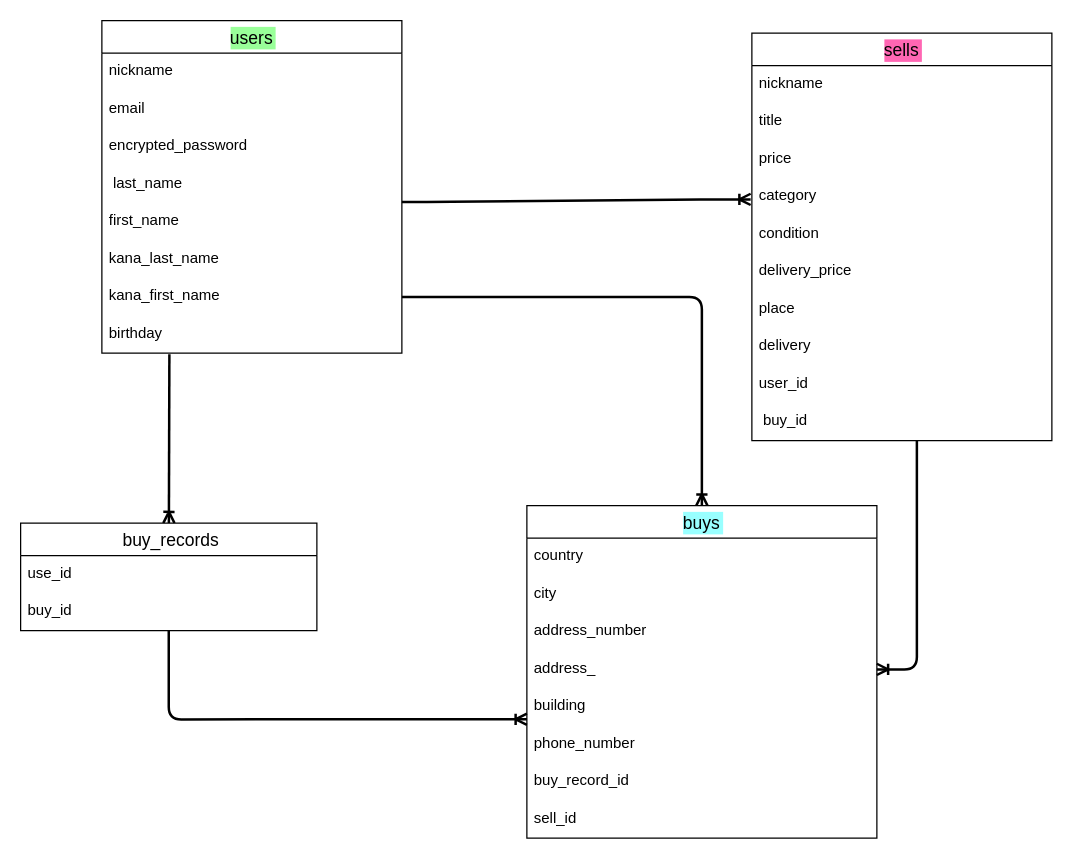
Earlier version of the draw.io diagram furima.dio (utidayudai/furima-38448). Source tidied: cells renumbered, new cells numbered last; positions are measured from the earlier drawing's top-left corner, leaving out a move shared by most shapes. Both pictures are drawn from the tidied source at 125%, with x=0, y=0 at pixel (20, 20).
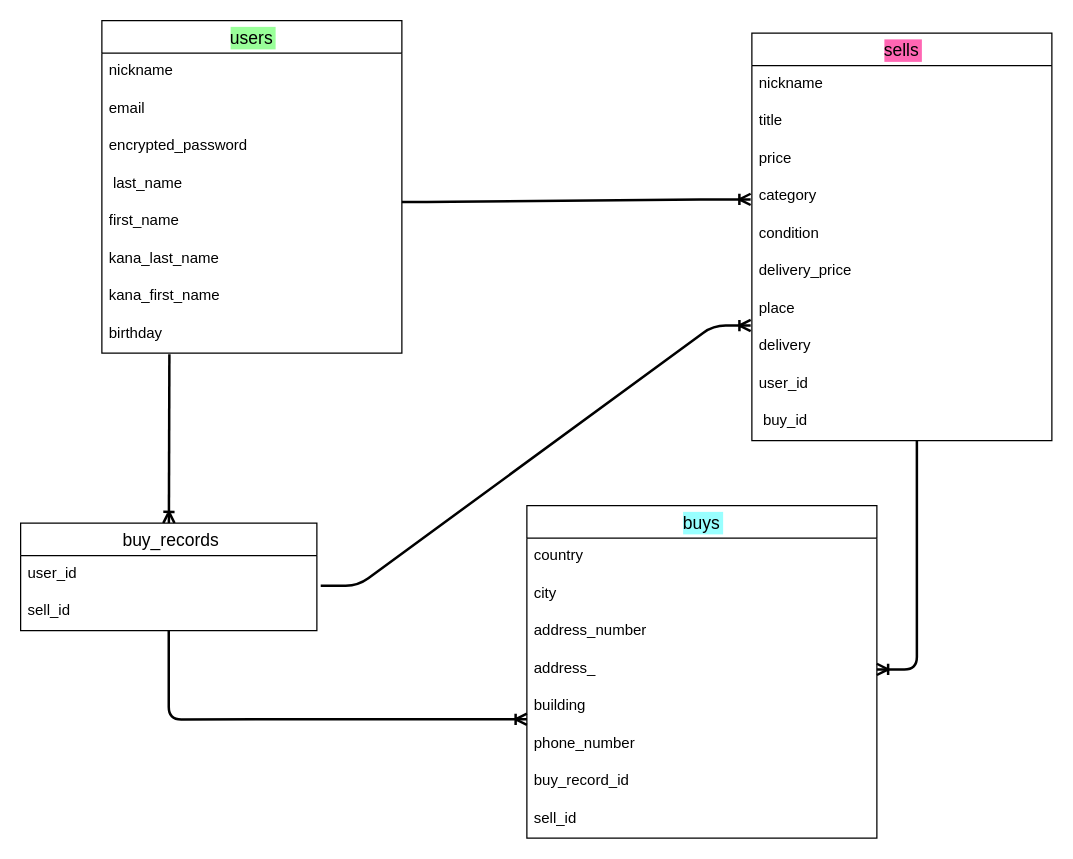
After the change.

Unchanged cells that the change refers to:
```xml
<mxCell id="11" value="kana_first_name" style="text;strokeColor=none;fillColor=none;spacingLeft=4;spacingRight=4;overflow=hidden;points=[[0,0.5],[1,0.5]];portConstraint=eastwest;fontSize=12;" parent="4" vertex="1">
  <mxGeometry y="206" width="240" height="30" as="geometry" />
</mxCell>
<mxCell id="22" value="delivery" style="text;strokeColor=none;fillColor=none;spacingLeft=4;spacingRight=4;overflow=hidden;points=[[0,0.5],[1,0.5]];portConstraint=eastwest;fontSize=12;labelBackgroundColor=none;" parent="14" vertex="1">
  <mxGeometry y="236" width="240" height="30" as="geometry" />
</mxCell>
<mxCell id="25" value="buys" style="swimlane;fontStyle=0;horizontal=1;startSize=26;align=center;fontSize=14;labelBackgroundColor=#99FFFF;" parent="1" vertex="1">
  <mxGeometry x="405" y="388" width="280" height="266" as="geometry" />
</mxCell>
<mxCell id="36" value=" buy_records" style="swimlane;fontStyle=0;horizontal=1;startSize=26;align=center;fontSize=14;" parent="1" vertex="1">
  <mxGeometry y="402" width="237" height="86" as="geometry" />
</mxCell>
```

Diff of the diagram source:
```diff
@@
-    <mxCell id="3" style="edgeStyle=orthogonalEdgeStyle;html=1;endArrow=ERoneToMany;endFill=0;strokeWidth=2;exitX=1;exitY=0.5;exitDx=0;exitDy=0;entryX=0.5;entryY=0;entryDx=0;entryDy=0;" parent="1" edge="1" source="11" target="25">
-      <mxGeometry relative="1" as="geometry" />
-    </mxCell>
@@
-    <mxCell id="37" value="use_id" style="text;strokeColor=none;fillColor=none;spacingLeft=4;spacingRight=4;overflow=hidden;points=[[0,0.5],[1,0.5]];portConstraint=eastwest;fontSize=12;" parent="36" vertex="1">
+    <mxCell id="37" value="user_id" style="text;strokeColor=none;fillColor=none;spacingLeft=4;spacingRight=4;overflow=hidden;points=[[0,0.5],[1,0.5]];portConstraint=eastwest;fontSize=12;" parent="36" vertex="1">
       <mxGeometry y="26" width="237" height="30" as="geometry" />
     </mxCell>
-    <mxCell id="38" value="buy_id" style="text;strokeColor=none;fillColor=none;spacingLeft=4;spacingRight=4;overflow=hidden;fontSize=12;" parent="36" vertex="1">
+    <mxCell id="38" value="sell_id" style="text;strokeColor=none;fillColor=none;spacingLeft=4;spacingRight=4;overflow=hidden;fontSize=12;" parent="36" vertex="1">
       <mxGeometry y="56" width="237" height="30" as="geometry" />
     </mxCell>
+    <mxCell id="39" style="edgeStyle=entityRelationEdgeStyle;fontSize=12;html=1;endArrow=ERoneToMany;startArrow=none;strokeWidth=2;exitX=1.013;exitY=0.8;exitDx=0;exitDy=0;exitPerimeter=0;entryX=-0.004;entryY=-0.067;entryDx=0;entryDy=0;entryPerimeter=0;endFill=0;startFill=0;" parent="1" edge="1" source="37" target="22">
+      <mxGeometry relative="1" as="geometry" />
+    </mxCell>
```
